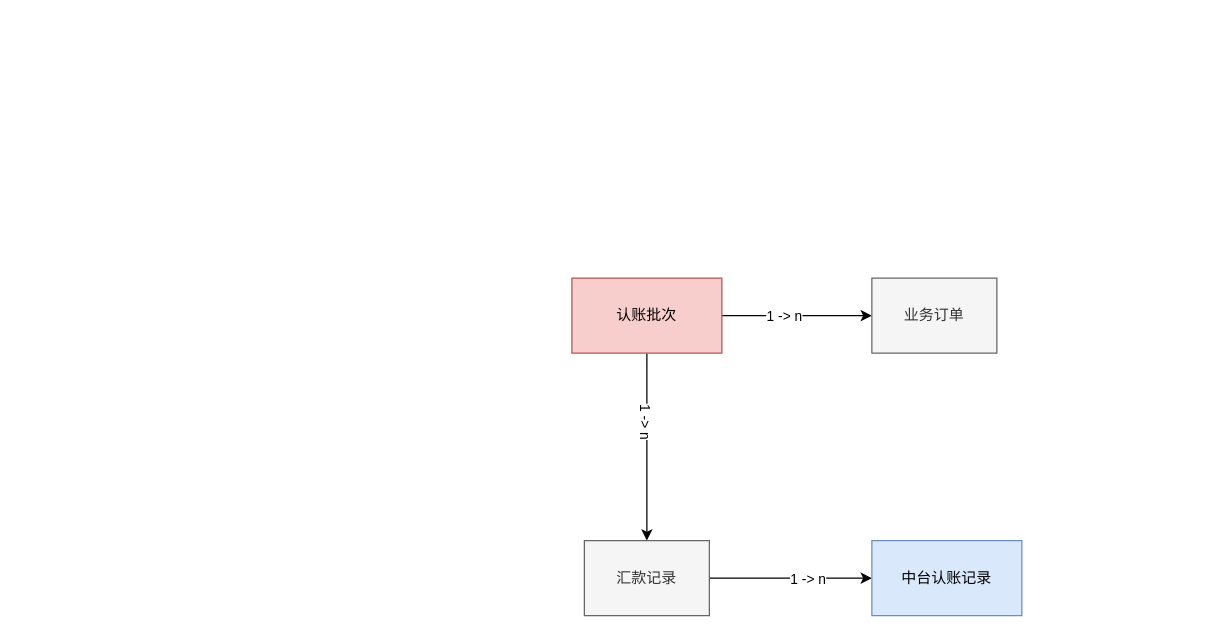
specialnote/diagrams keeps this draw.io diagram as 优信拍-网银多对多认账.drawio. Above is the earlier version. Source tidied: cells renumbered, new cells numbered last; positions are measured from the earlier drawing's top-left corner, leaving out a move shared by most shapes. Both pictures are drawn from the tidied source at 125%, with x=0, y=0 at pixel (571, 278).
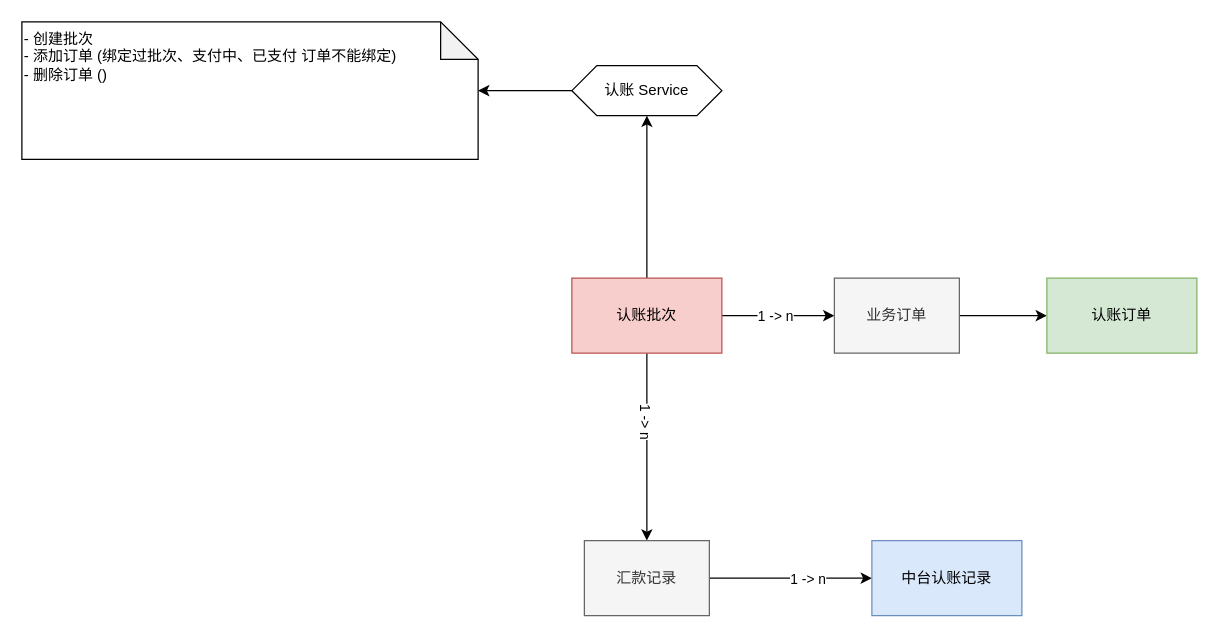
The same diagram, later.

Commit message (it also covers changes not shown here):
Update 优信拍-网银多对多认账.drawio

Diff of the diagram source:
```diff
@@
 <mxGraphModel>
   <root>
     <mxCell id="0" />
     <mxCell id="1" parent="0" />
     <mxCell id="2" style="edgeStyle=orthogonalEdgeStyle;rounded=0;jettySize=auto;html=1;" parent="1" edge="1" source="6" target="7">
       <mxGeometry relative="1" as="geometry" />
     </mxCell>
     <mxCell id="3" value="&lt;div&gt;1 -&amp;gt; n&lt;/div&gt;" style="edgeLabel;html=1;align=center;verticalAlign=middle;" parent="2" vertex="1">
       <mxGeometry x="-0.53" y="2" relative="1" as="geometry">
         <mxPoint x="21" y="2" as="offset" />
       </mxGeometry>
     </mxCell>
     <mxCell id="4" style="edgeStyle=orthogonalEdgeStyle;rounded=0;jettySize=auto;html=1;entryX=0.5;entryY=0;entryDx=0;entryDy=0;" parent="1" edge="1" source="6" target="10">
       <mxGeometry relative="1" as="geometry" />
     </mxCell>
     <mxCell id="5" value="&lt;div&gt;1 -&amp;gt; n&lt;/div&gt;" style="edgeLabel;html=1;align=center;verticalAlign=middle;rotation=90;" parent="4" vertex="1">
       <mxGeometry x="-0.32" y="3" relative="1" as="geometry">
         <mxPoint x="-3" y="3" as="offset" />
       </mxGeometry>
     </mxCell>
+    <mxCell id="12" style="edgeStyle=orthogonalEdgeStyle;rounded=0;jettySize=auto;html=1;" parent="1" edge="1" source="6" target="15">
+      <mxGeometry relative="1" as="geometry" />
+    </mxCell>
     <mxCell id="6" value="认账批次" style="rounded=0;whiteSpace=wrap;html=1;fillColor=#f8cecc;strokeColor=#b85450;" parent="1" vertex="1">
       <mxGeometry width="120" height="60" as="geometry" />
     </mxCell>
+    <mxCell id="13" style="edgeStyle=orthogonalEdgeStyle;rounded=0;jettySize=auto;html=1;" parent="1" edge="1" source="7" target="17">
+      <mxGeometry relative="1" as="geometry" />
+    </mxCell>
     <mxCell id="7" value="业务订单" style="whiteSpace=wrap;html=1;rounded=0;fillColor=#f5f5f5;fontColor=#333333;strokeColor=#666666;" parent="1" vertex="1">
-      <mxGeometry x="240" width="100" height="60" as="geometry" />
+      <mxGeometry x="210" width="100" height="60" as="geometry" />
     </mxCell>
     <mxCell id="8" style="edgeStyle=orthogonalEdgeStyle;rounded=0;jettySize=auto;html=1;" parent="1" edge="1" source="10" target="11">
       <mxGeometry relative="1" as="geometry" />
     </mxCell>
     <mxCell id="9" value="&lt;div&gt;1 -&amp;gt; n&lt;/div&gt;" style="edgeLabel;html=1;align=center;verticalAlign=middle;" parent="8" vertex="1">
       <mxGeometry x="0.2" y="-3" relative="1" as="geometry">
         <mxPoint y="-3" as="offset" />
       </mxGeometry>
     </mxCell>
     <mxCell id="10" value="汇款记录" style="whiteSpace=wrap;html=1;rounded=0;fillColor=#f5f5f5;fontColor=#333333;strokeColor=#666666;" parent="1" vertex="1">
       <mxGeometry x="10" y="210" width="100" height="60" as="geometry" />
     </mxCell>
     <mxCell id="11" value="中台认账记录" style="whiteSpace=wrap;html=1;fillColor=#dae8fc;strokeColor=#6c8ebf;rounded=0;" parent="1" vertex="1">
       <mxGeometry x="240" y="210" width="120" height="60" as="geometry" />
     </mxCell>
+    <mxCell id="14" style="edgeStyle=orthogonalEdgeStyle;rounded=0;jettySize=auto;html=1;" parent="1" edge="1" source="15" target="16">
+      <mxGeometry relative="1" as="geometry" />
+    </mxCell>
+    <mxCell id="15" value="认账 Service" style="shape=hexagon;perimeter=hexagonPerimeter2;whiteSpace=wrap;html=1;fixedSize=1;rounded=0;" parent="1" vertex="1">
+      <mxGeometry y="-170" width="120" height="40" as="geometry" />
+    </mxCell>
+    <mxCell id="16" value="&lt;div&gt;- 创建批次&lt;/div&gt;&lt;div&gt;- 添加订单 (绑定过批次、支付中、已支付 订单不能绑定)&lt;/div&gt;&lt;div&gt;- 删除订单 ()&lt;br&gt;&lt;/div&gt;" style="shape=note;whiteSpace=wrap;html=1;backgroundOutline=1;darkOpacity=0.05;align=left;verticalAlign=top;" parent="1" vertex="1">
+      <mxGeometry x="-440" y="-205" width="365" height="110" as="geometry" />
+    </mxCell>
+    <mxCell id="17" value="认账订单" style="whiteSpace=wrap;html=1;fillColor=#d5e8d4;strokeColor=#82b366;rounded=0;" parent="1" vertex="1">
+      <mxGeometry x="380" width="120" height="60" as="geometry" />
+    </mxCell>
   </root>
 </mxGraphModel>
```
